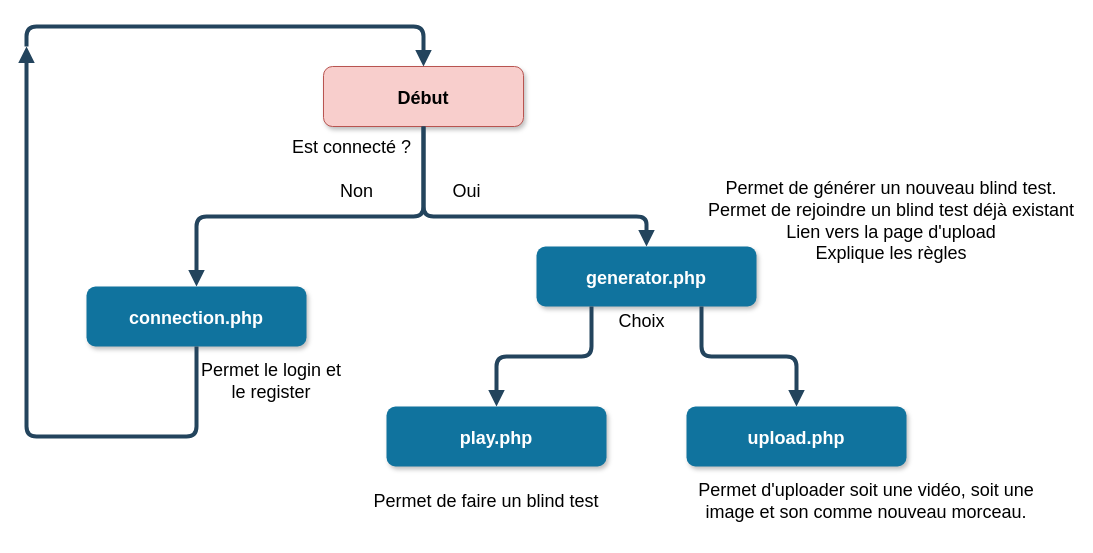
Jerome-JJT/SuperBlinder keeps this draw.io diagram as Documents/Structure_Site.drawio. Above is the earlier version. Source tidied: cells renumbered, new cells numbered last; positions are measured from the earlier drawing's top-left corner, leaving out a move shared by most shapes. Both pictures are drawn from the tidied source at 100%, with x=0, y=0 at pixel (-214, -14).
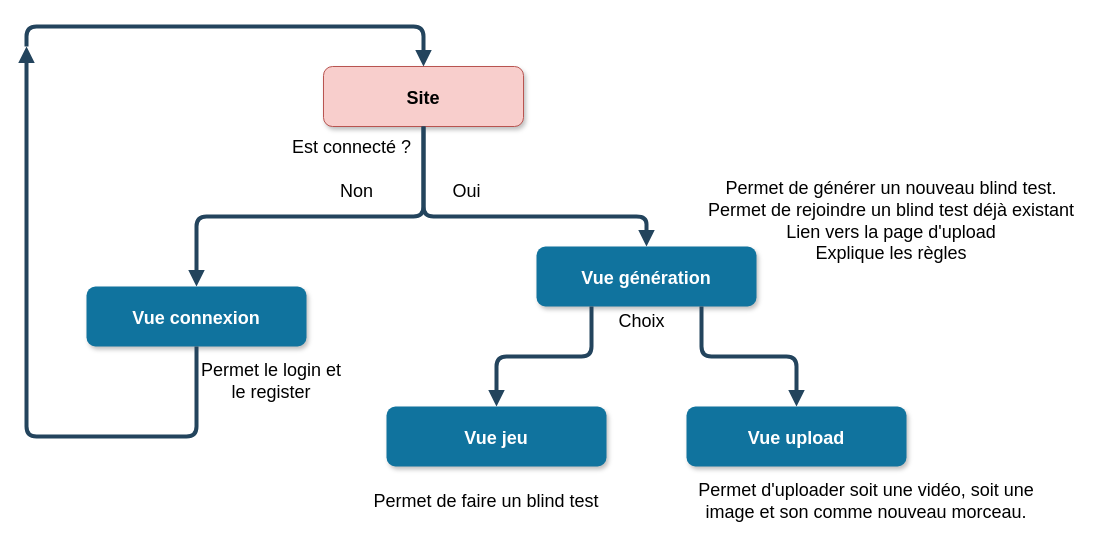
Above is the later version.

Commit message (it also covers changes not shown here):
Updated site diagram

Change to the diagram source:
```diff
@@
-    <mxCell id="2" value="Début" style="rounded=1;fillColor=#f8cecc;strokeColor=#b85450;shadow=1;fontStyle=1;fontSize=18;" parent="1" vertex="1">
+    <mxCell id="2" value="Site" style="rounded=1;fillColor=#f8cecc;strokeColor=#b85450;shadow=1;fontStyle=1;fontSize=18;" parent="1" vertex="1">
       <mxGeometry x="537" y="80" width="200" height="60" as="geometry" />
     </mxCell>
@@
-    <mxCell id="4" value="generator.php" style="rounded=1;fillColor=#10739E;strokeColor=none;shadow=1;gradientColor=none;fontStyle=1;fontColor=#FFFFFF;fontSize=18;" parent="1" vertex="1">
+    <mxCell id="4" value="Vue génération" style="rounded=1;fillColor=#10739E;strokeColor=none;shadow=1;gradientColor=none;fontStyle=1;fontColor=#FFFFFF;fontSize=18;" parent="1" vertex="1">
       <mxGeometry x="750" y="260" width="220" height="60" as="geometry" />
     </mxCell>
@@
-    <mxCell id="9" value="connection.php" style="rounded=1;fillColor=#10739E;strokeColor=none;shadow=1;gradientColor=none;fontStyle=1;fontColor=#FFFFFF;fontSize=18;" parent="1" vertex="1">
+    <mxCell id="9" value="Vue connexion" style="rounded=1;fillColor=#10739E;strokeColor=none;shadow=1;gradientColor=none;fontStyle=1;fontColor=#FFFFFF;fontSize=18;" parent="1" vertex="1">
       <mxGeometry x="300" y="300" width="220" height="60" as="geometry" />
     </mxCell>
@@
-    <mxCell id="12" value="upload.php" style="rounded=1;fillColor=#10739E;strokeColor=none;shadow=1;gradientColor=none;fontStyle=1;fontColor=#FFFFFF;fontSize=18;" parent="1" vertex="1">
+    <mxCell id="12" value="Vue upload" style="rounded=1;fillColor=#10739E;strokeColor=none;shadow=1;gradientColor=none;fontStyle=1;fontColor=#FFFFFF;fontSize=18;" parent="1" vertex="1">
       <mxGeometry x="900" y="420" width="220" height="60" as="geometry" />
     </mxCell>
@@
-    <mxCell id="14" value="play.php" style="rounded=1;fillColor=#10739E;strokeColor=none;shadow=1;gradientColor=none;fontStyle=1;fontColor=#FFFFFF;fontSize=18;" parent="1" vertex="1">
+    <mxCell id="14" value="Vue jeu" style="rounded=1;fillColor=#10739E;strokeColor=none;shadow=1;gradientColor=none;fontStyle=1;fontColor=#FFFFFF;fontSize=18;" parent="1" vertex="1">
       <mxGeometry x="600" y="420" width="220" height="60" as="geometry" />
     </mxCell>
```
